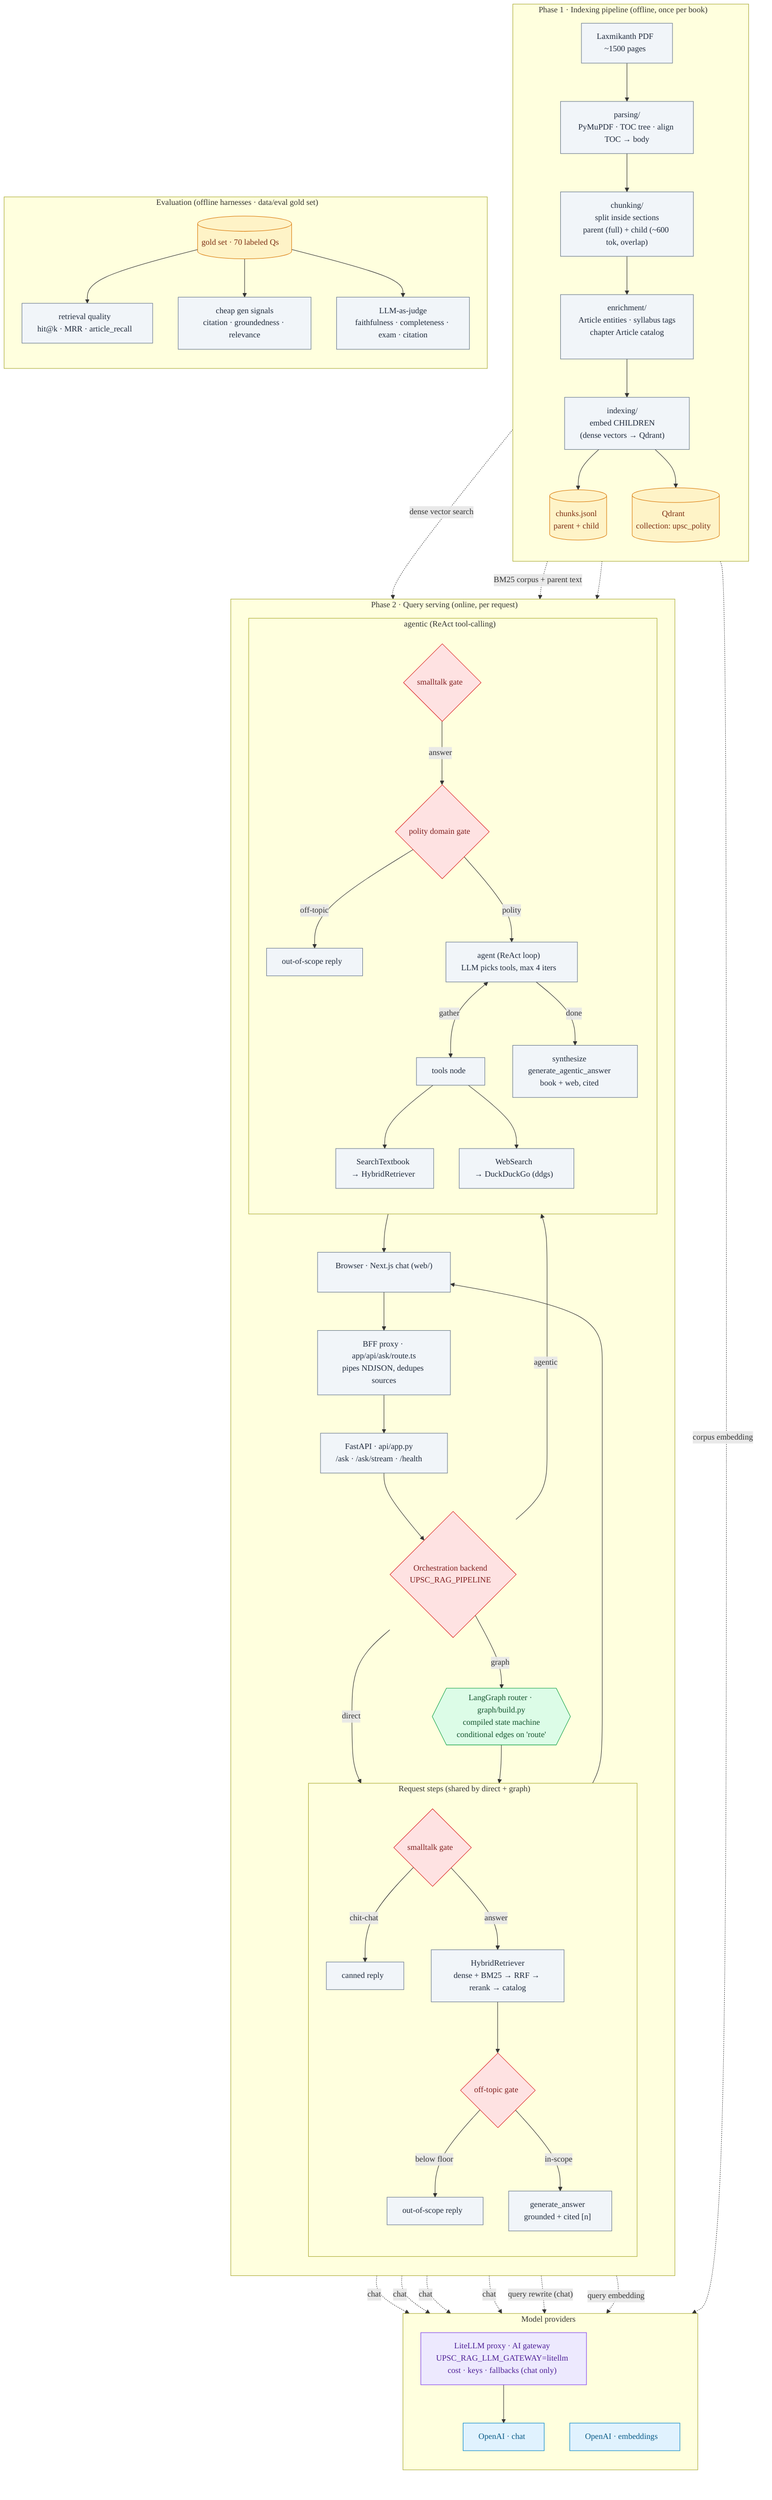
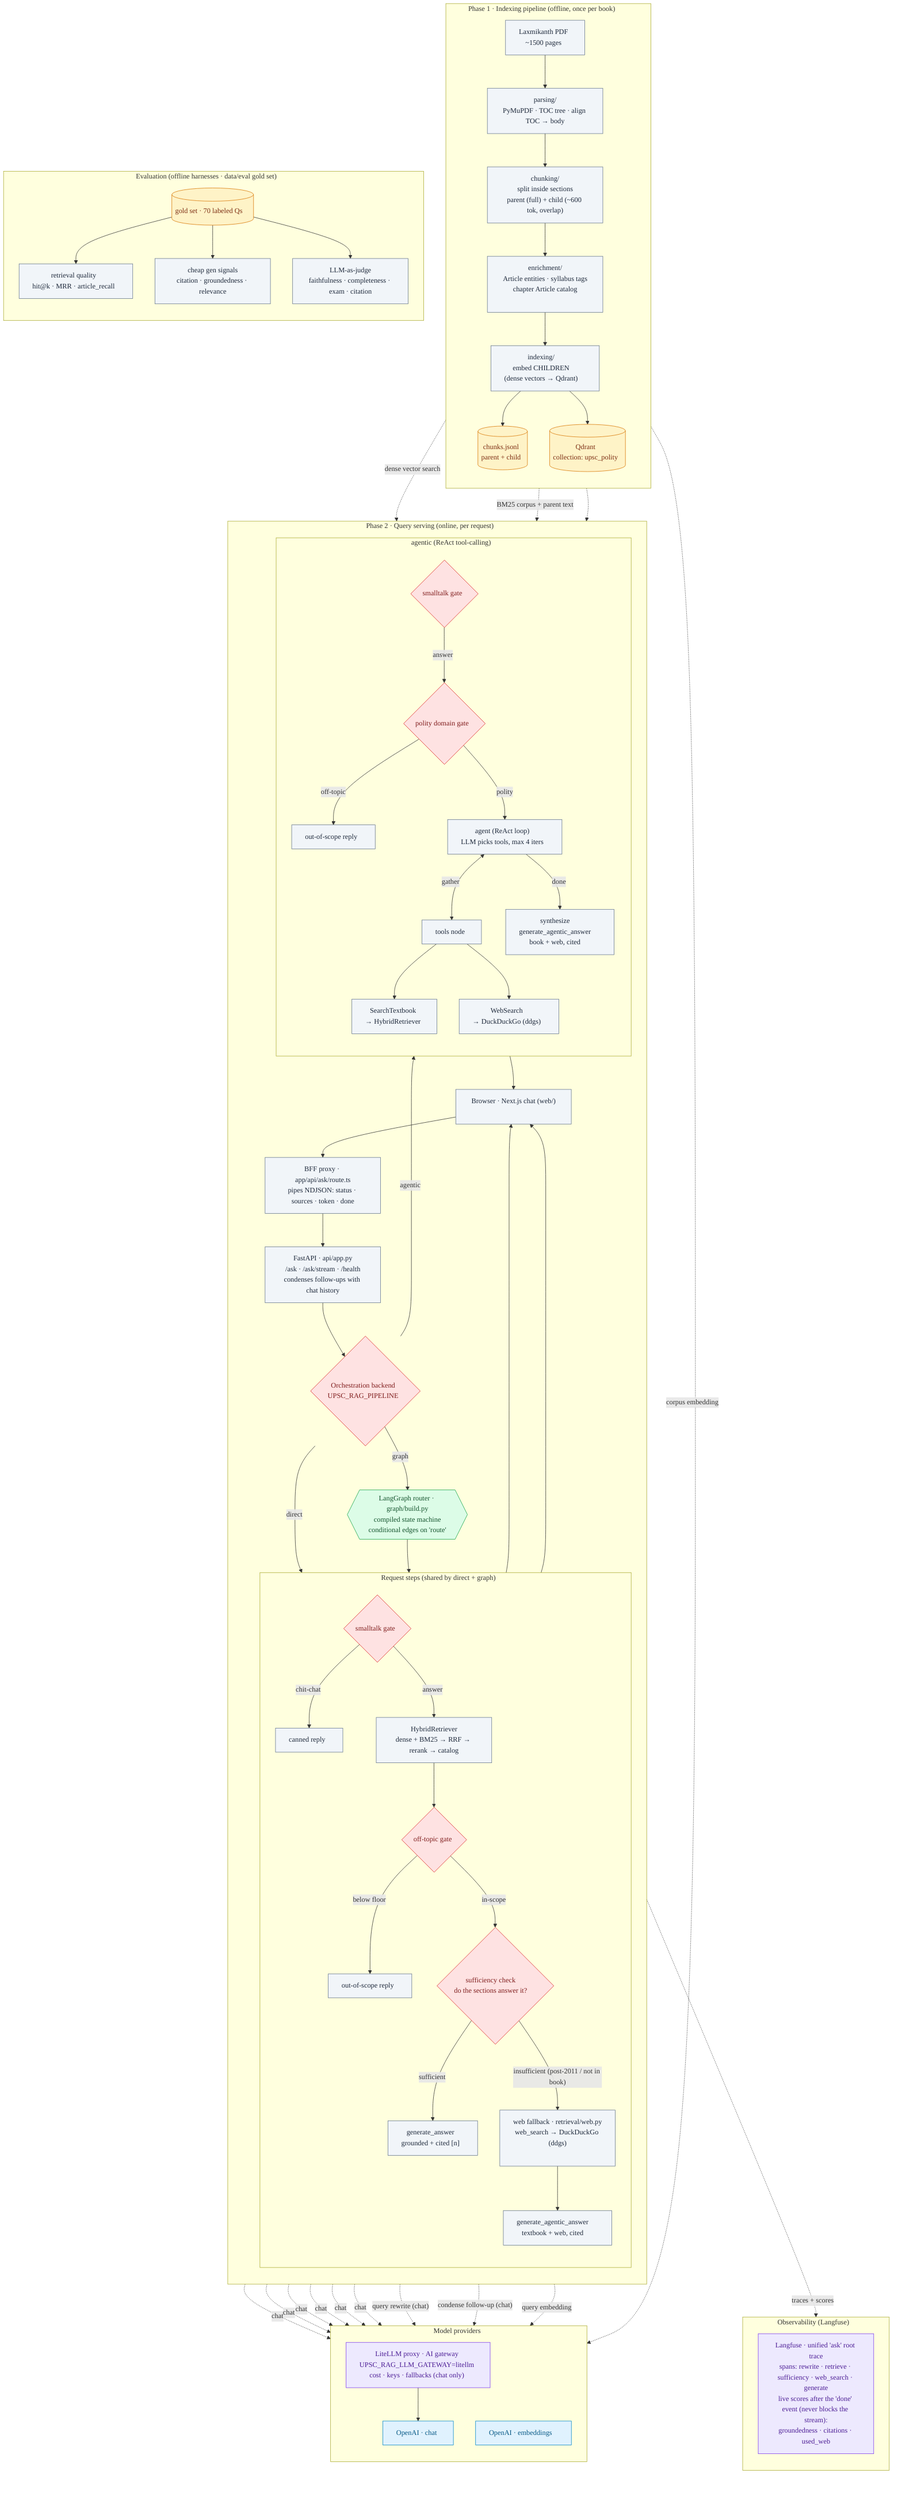
%%{init: {"flowchart": {"htmlLabels": true, "curve": "basis"}, "themeVariables": {"fontFamily": "Segoe UI, Arial, sans-serif"}}}%%
flowchart TB
  classDef store fill:#fef3c7,stroke:#d97706,color:#7c2d12;
  classDef gate fill:#fee2e2,stroke:#dc2626,color:#7f1d1d;
  classDef gw fill:#ede9fe,stroke:#7c3aed,color:#4c1d95;
  classDef ext fill:#e0f2fe,stroke:#0284c7,color:#075985;
  classDef proc fill:#f1f5f9,stroke:#64748b,color:#1e293b;
  classDef router fill:#dcfce7,stroke:#16a34a,color:#14532d;

  %% ---------------- Phase 1: Indexing (offline) ----------------
  subgraph INDEX["Phase 1 · Indexing pipeline (offline, once per book)"]
    direction TB
    PDF["Laxmikanth PDF<br/>~1500 pages"]:::proc
    PARSE["parsing/<br/>PyMuPDF · TOC tree · align TOC → body"]:::proc
    CHUNK["chunking/<br/>split inside sections<br/>parent (full) + child (~600 tok, overlap)"]:::proc
    ENRICH["enrichment/<br/>Article entities · syllabus tags<br/>chapter Article catalog"]:::proc
    EMBED["indexing/<br/>embed CHILDREN<br/>(dense vectors → Qdrant)"]:::proc
    PDF --> PARSE --> CHUNK --> ENRICH --> EMBED
    EMBED --> JSONL[("chunks.jsonl<br/>parent + child")]:::store
    EMBED --> QDRANT[("Qdrant<br/>collection: upsc_polity")]:::store
  end

  %% ---------------- Phase 2: Serving (online) ----------------
  subgraph SERVE["Phase 2 · Query serving (online, per request)"]
    direction TB
    UI["Browser · Next.js chat (web/)"]:::proc
-     BFF["BFF proxy · app/api/ask/route.ts<br/>pipes NDJSON, dedupes sources"]:::proc
-     API["FastAPI · api/app.py<br/>/ask · /ask/stream · /health"]:::proc
+     BFF["BFF proxy · app/api/ask/route.ts<br/>pipes NDJSON: status · sources · token · done"]:::proc
+     API["FastAPI · api/app.py<br/>/ask · /ask/stream · /health<br/>condenses follow-ups with chat history"]:::proc
    ORCH{"Orchestration backend<br/>UPSC_RAG_PIPELINE"}:::gate
    GROUTER{{"LangGraph router · graph/build.py<br/>compiled state machine<br/>conditional edges on 'route'"}}:::router
    UI --> BFF --> API --> ORCH

    %% direct + graph share the same steps
    subgraph DG["Request steps (shared by direct + graph)"]
      direction TB
      SMALL{"smalltalk gate"}:::gate
      RET["HybridRetriever<br/>dense + BM25 → RRF → rerank → catalog"]:::proc
      OFF{"off-topic gate"}:::gate
+       SUFF{"sufficiency check<br/>do the sections answer it?"}:::gate
+       WEBFB["web fallback · retrieval/web.py<br/>web_search → DuckDuckGo (ddgs)"]:::proc
      GEN["generate_answer<br/>grounded + cited [n]"]:::proc
+       GENW["generate_agentic_answer<br/>textbook + web, cited"]:::proc
      SMALL -->|chit-chat| CANNED["canned reply"]:::proc
      SMALL -->|answer| RET --> OFF
      OFF -->|below floor| OOS["out-of-scope reply"]:::proc
-       OFF -->|in-scope| GEN
+       OFF -->|in-scope| SUFF
+       SUFF -->|sufficient| GEN
+       SUFF -->|"insufficient (post-2011 / not in book)"| WEBFB --> GENW
    end

    %% agentic ReAct path
    subgraph AG["agentic (ReAct tool-calling)"]
      direction TB
      ASMALL{"smalltalk gate"}:::gate
      DOM{"polity domain gate"}:::gate
      AGENT["agent (ReAct loop)<br/>LLM picks tools, max 4 iters"]:::proc
      TOOLS["tools node"]:::proc
      TB_TOOL["SearchTextbook<br/>→ HybridRetriever"]:::proc
      WEB_TOOL["WebSearch<br/>→ DuckDuckGo (ddgs)"]:::proc
      SYN["synthesize<br/>generate_agentic_answer<br/>book + web, cited"]:::proc
      ASMALL -->|answer| DOM
      DOM -->|off-topic| AOOS["out-of-scope reply"]:::proc
      DOM -->|polity| AGENT
      AGENT <-->|gather| TOOLS
      TOOLS --> TB_TOOL
      TOOLS --> WEB_TOOL
      AGENT -->|done| SYN
    end

    ORCH -->|direct| SMALL
    ORCH -->|graph| GROUTER --> SMALL
    ORCH -->|agentic| ASMALL
    GEN --> UI
+     GENW --> UI
    SYN --> UI
  end

  %% ---------------- AI gateway + providers ----------------
  subgraph PROV["Model providers"]
    direction TB
    GATEWAY["LiteLLM proxy · AI gateway<br/>UPSC_RAG_LLM_GATEWAY=litellm<br/>cost · keys · fallbacks (chat only)"]:::gw
    OPENAI_CHAT["OpenAI · chat"]:::ext
    OPENAI_EMB["OpenAI · embeddings"]:::ext
    GATEWAY --> OPENAI_CHAT
+   end
+ 
+   %% ---------------- Observability ----------------
+   subgraph OBS["Observability (Langfuse)"]
+     direction TB
+     LF["Langfuse · unified 'ask' root trace<br/>spans: rewrite · retrieve · sufficiency · web_search · generate<br/>live scores after the 'done' event (never blocks the stream):<br/>groundedness · citations · used_web"]:::gw
  end

  %% ---------------- Evaluation ----------------
  subgraph EVAL["Evaluation (offline harnesses · data/eval gold set)"]
    direction TB
    GOLD[("gold set · 70 labeled Qs")]:::store
    RQ["retrieval quality<br/>hit@k · MRR · article_recall"]:::proc
    CQ["cheap gen signals<br/>citation · groundedness · relevance"]:::proc
    JQ["LLM-as-judge<br/>faithfulness · completeness · exam · citation"]:::proc
    GOLD --> RQ
    GOLD --> CQ
    GOLD --> JQ
  end

  %% ---------------- cross-cutting edges ----------------
  QDRANT -.->|dense vector search| RET
  JSONL  -.->|BM25 corpus + parent text| RET
  QDRANT -.-> TB_TOOL

  %% chat calls route via gateway (or direct when off)
  GEN -.->|chat| GATEWAY
+   GENW -.->|chat| GATEWAY
  SYN -.->|chat| GATEWAY
  AGENT -.->|chat| GATEWAY
  DOM  -.->|chat| GATEWAY
+   SUFF -.->|chat| GATEWAY
  RET  -.->|"query rewrite (chat)"| GATEWAY
+   API  -.->|"condense follow-up (chat)"| GATEWAY
+ 
+   %% every /ask request emits one root trace with per-step spans + scores
+   API -.->|"traces + scores"| LF

  %% embeddings ALWAYS go direct (never through the gateway)
  RET -.->|query embedding| OPENAI_EMB
  EMBED -.->|corpus embedding| OPENAI_EMB
